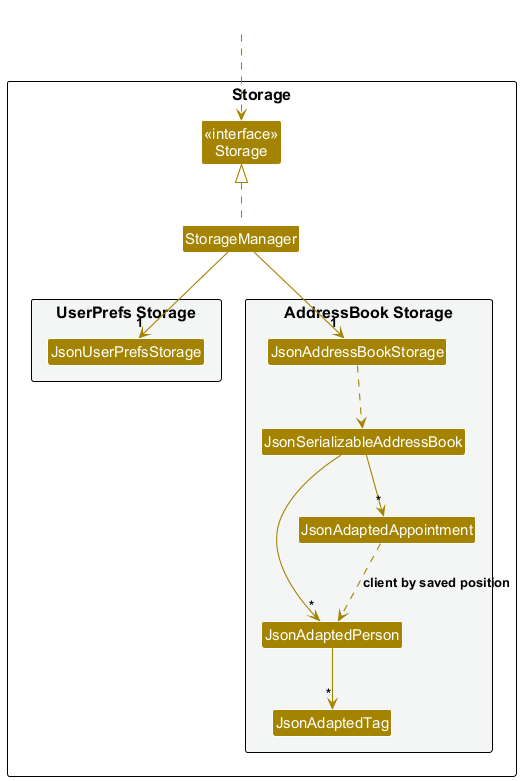
AY2627S1-CS2103-F11-2/tp keeps this PlantUML diagram as docs/images/StorageClassDiagram.png. Above is the earlier version. Its diagram source:
```plantuml
@startuml
!include style.puml
skinparam arrowThickness 1.1
skinparam arrowColor STORAGE_COLOR
skinparam classBackgroundColor STORAGE_COLOR

package Storage as StoragePackage {

Class "<<interface>>\nStorage" as Storage
Class StorageManager

package "UserPrefs Storage" #F4F6F6{
Class JsonUserPrefsStorage
}

package "AddressBook Storage" #F4F6F6{
Class JsonAddressBookStorage
Class JsonSerializableAddressBook
Class JsonAdaptedPerson
Class JsonAdaptedTag
Class JsonAdaptedAppointment
}

}

Class HiddenOutside #FFFFFF
HiddenOutside ..> Storage

StorageManager .up.|> Storage
StorageManager -down-> "1" JsonUserPrefsStorage
StorageManager -down-> "1" JsonAddressBookStorage

JsonAddressBookStorage ..> JsonSerializableAddressBook
JsonSerializableAddressBook --> "*" JsonAdaptedPerson
JsonAdaptedPerson --> "*" JsonAdaptedTag
JsonSerializableAddressBook --> "*" JsonAdaptedAppointment
JsonAdaptedAppointment ..> JsonAdaptedPerson : client by saved position

@enduml
```
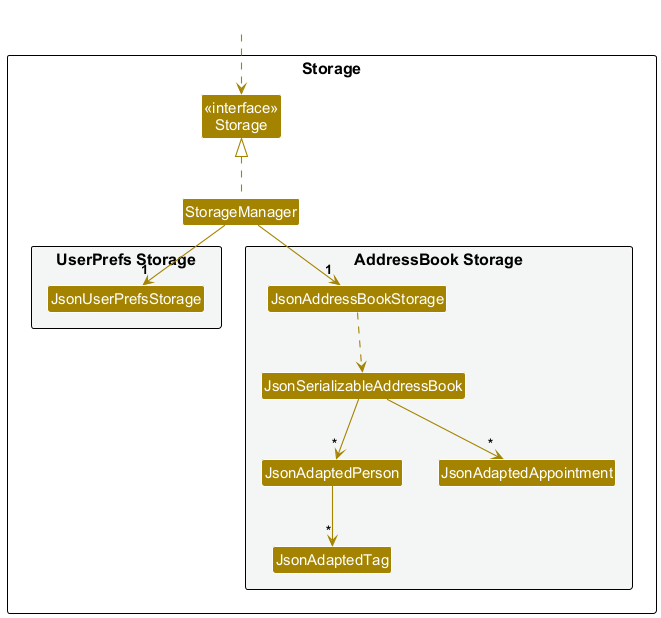
After the commit.

Commit message:
Correct associations in the Model and Storage class diagrams

Change to the diagram source:
```diff
@@ -34,6 +34,5 @@
 JsonSerializableAddressBook --> "*" JsonAdaptedPerson
 JsonAdaptedPerson --> "*" JsonAdaptedTag
 JsonSerializableAddressBook --> "*" JsonAdaptedAppointment
-JsonAdaptedAppointment ..> JsonAdaptedPerson : client by saved position
 
 @enduml
```
